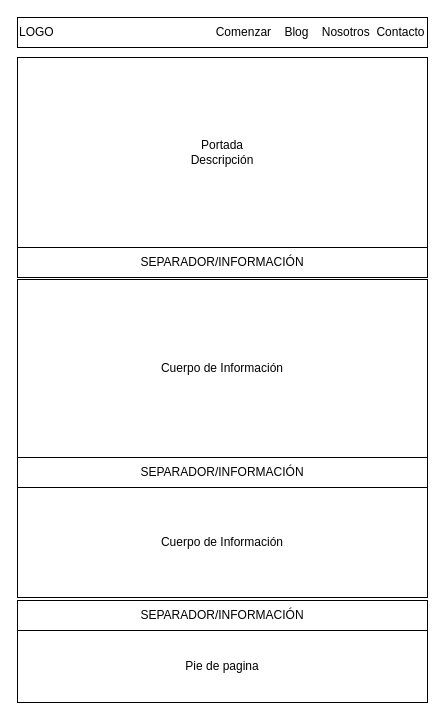
The draw.io diagram Diseno.drawio in IzzyGrant/webdesde0, before the edit. Source tidied: cells renumbered, new cells numbered last; positions are measured from the earlier drawing's top-left corner, leaving out a move shared by most shapes. Both pictures are drawn from the tidied source at 100%, with x=0, y=0 at pixel (17, 17).
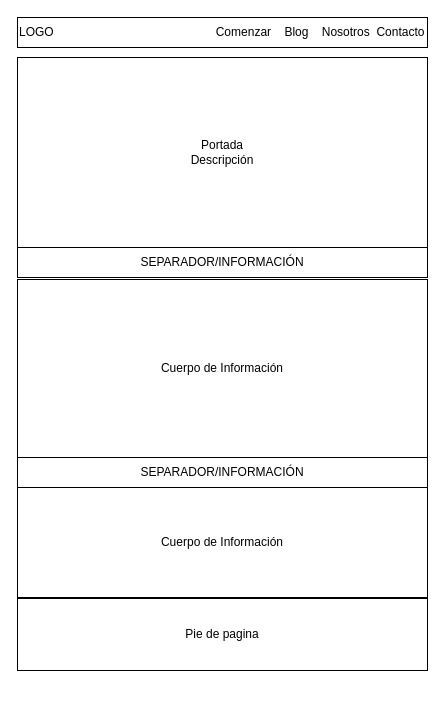
The same page after the edit.

Commit message (it also covers changes not shown here):
retoques finales

What changed in the source:
```diff
@@
 <mxGraphModel>
   <root>
     <mxCell id="0" />
     <mxCell id="1" parent="0" />
     <mxCell id="2" value="LOGO&amp;nbsp; &amp;nbsp;&lt;span style=&quot;white-space: pre&quot;&gt;&#9;&lt;/span&gt;&lt;span style=&quot;white-space: pre&quot;&gt;&#9;&lt;/span&gt;&lt;span style=&quot;white-space: pre&quot;&gt;&#9;&lt;/span&gt;&lt;span style=&quot;white-space: pre&quot;&gt;&#9;&lt;/span&gt;&lt;span style=&quot;white-space: pre&quot;&gt;&#9;&lt;/span&gt;&lt;span style=&quot;white-space: pre&quot;&gt;&#9;&lt;/span&gt; &amp;nbsp; Comenzar&amp;nbsp; &amp;nbsp; Blog&amp;nbsp; &amp;nbsp; Nosotros&amp;nbsp; Contacto" style="rounded=0;whiteSpace=wrap;html=1;align=left;" parent="1" vertex="1">
       <mxGeometry width="410" height="30" as="geometry" />
     </mxCell>
     <mxCell id="3" value="Portada&lt;br&gt;Descripción" style="rounded=0;whiteSpace=wrap;html=1;" parent="1" vertex="1">
       <mxGeometry y="40" width="410" height="190" as="geometry" />
     </mxCell>
     <mxCell id="4" value="SEPARADOR/INFORMACIÓN" style="rounded=0;whiteSpace=wrap;html=1;" parent="1" vertex="1">
       <mxGeometry y="230" width="410" height="30" as="geometry" />
     </mxCell>
     <mxCell id="5" value="Cuerpo de Información" style="rounded=0;whiteSpace=wrap;html=1;" parent="1" vertex="1">
       <mxGeometry y="262" width="410" height="178" as="geometry" />
     </mxCell>
     <mxCell id="6" value="SEPARADOR/INFORMACIÓN" style="rounded=0;whiteSpace=wrap;html=1;" parent="1" vertex="1">
       <mxGeometry y="440" width="410" height="30" as="geometry" />
     </mxCell>
     <mxCell id="7" value="Cuerpo de Información" style="rounded=0;whiteSpace=wrap;html=1;" parent="1" vertex="1">
       <mxGeometry y="470" width="410" height="110" as="geometry" />
     </mxCell>
-    <mxCell id="8" value="SEPARADOR/INFORMACIÓN" style="rounded=0;whiteSpace=wrap;html=1;" parent="1" vertex="1">
-      <mxGeometry y="583" width="410" height="30" as="geometry" />
-    </mxCell>
     <mxCell id="9" value="Pie de pagina" style="rounded=0;whiteSpace=wrap;html=1;" parent="1" vertex="1">
-      <mxGeometry y="613" width="410" height="72" as="geometry" />
+      <mxGeometry y="581" width="410" height="72" as="geometry" />
     </mxCell>
   </root>
 </mxGraphModel>
```
